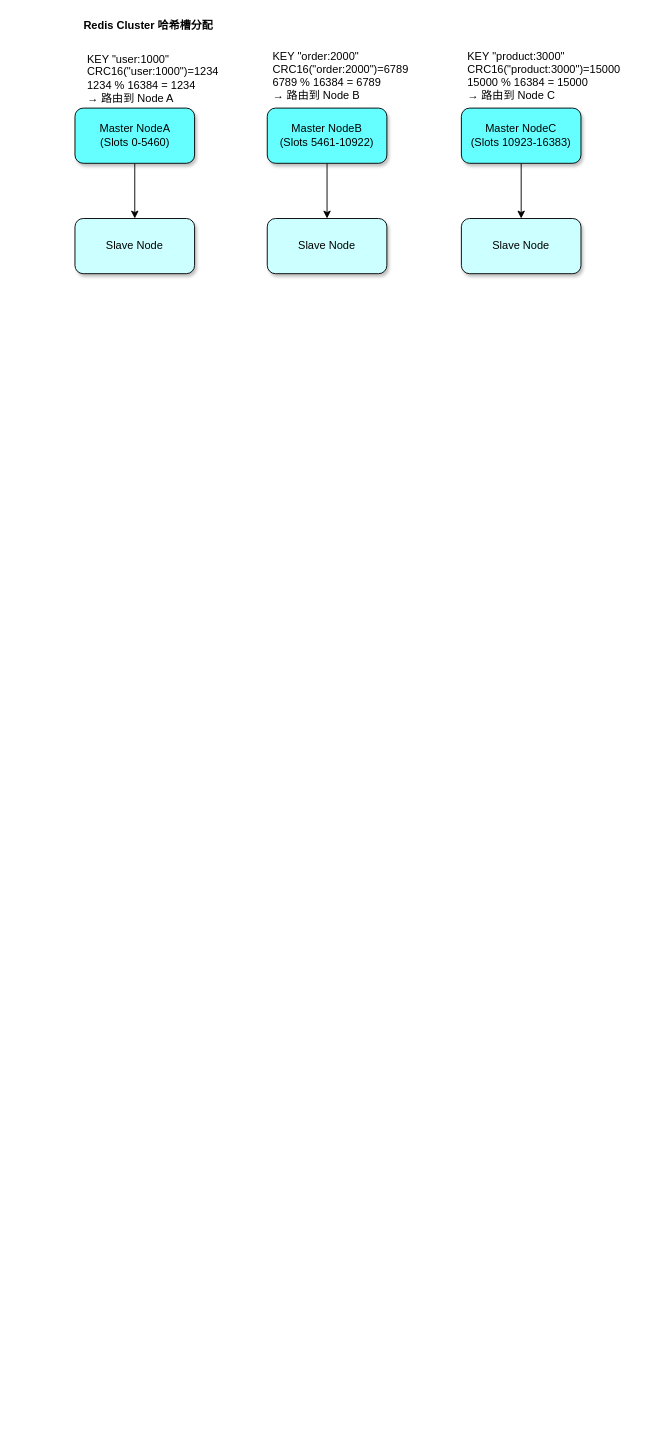
Earlier version of the draw.io diagram pocess_diagram/Redis集群模式.drawio (abigalexy/online_drawing). Source tidied: cells renumbered, new cells numbered last; positions are measured from the earlier drawing's top-left corner, leaving out a move shared by most shapes. Both pictures are drawn from the tidied source at 92%, with x=0, y=0 at pixel (75, 16).
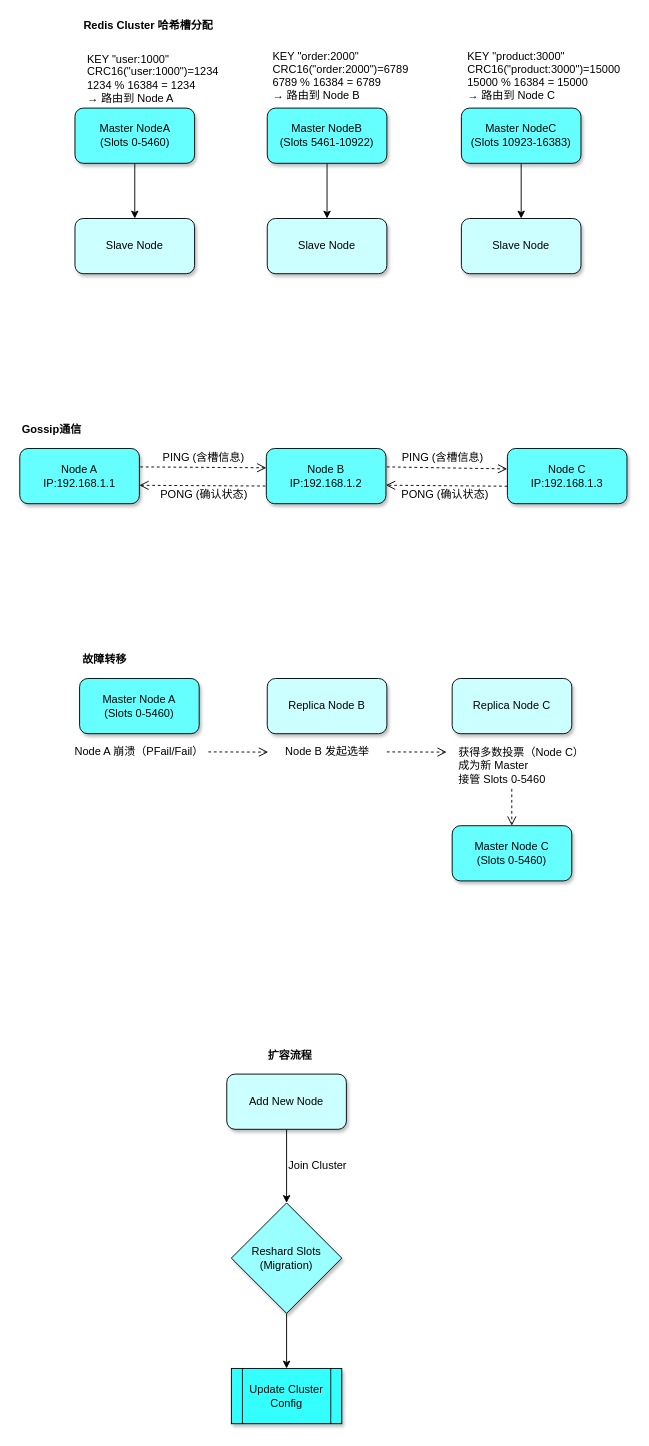
Above is the later version.

Commit message:
更新Redis集群模式.drawio

Change to the diagram source:
```diff
@@
+    <mxCell id="21" value="&lt;b&gt;Gossip通信&lt;/b&gt;" style="text;strokeColor=none;align=center;fillColor=none;html=1;verticalAlign=middle;whiteSpace=wrap;rounded=0;" parent="1" vertex="1">
+      <mxGeometry x="-60" y="440" width="70" height="20" as="geometry" />
+    </mxCell>
+    <mxCell id="22" style="group;" parent="1" vertex="1">
+      <mxGeometry x="-60" y="470" width="660" height="60" as="geometry" />
+    </mxCell>
+    <mxCell id="23" value="Node A&lt;br&gt;IP:192.168.1.1" style="rounded=1;whiteSpace=wrap;html=1;fillColor=#66FFFF;shadow=1;" parent="22" vertex="1">
+      <mxGeometry width="130" height="60" as="geometry" />
+    </mxCell>
+    <mxCell id="24" value="Node B&lt;br&gt;IP:192.168.1.2" style="rounded=1;whiteSpace=wrap;html=1;fillColor=#66FFFF;shadow=1;" parent="22" vertex="1">
+      <mxGeometry x="268" width="130" height="60" as="geometry" />
+    </mxCell>
+    <mxCell id="25" value="Node C&lt;div&gt;IP:192.168.1.3&lt;br&gt;&lt;/div&gt;" style="rounded=1;whiteSpace=wrap;html=1;fillColor=#66FFFF;shadow=1;" parent="22" vertex="1">
+      <mxGeometry x="530" width="130" height="60" as="geometry" />
+    </mxCell>
+    <mxCell id="26" style="group;" parent="22" vertex="1">
+      <mxGeometry x="130" width="138" height="60" as="geometry" />
+    </mxCell>
+    <mxCell id="27" value="PING (含槽信息)" style="text;strokeColor=none;align=center;fillColor=none;html=1;verticalAlign=middle;whiteSpace=wrap;rounded=0;" parent="26" vertex="1">
+      <mxGeometry x="20" width="100" height="20" as="geometry" />
+    </mxCell>
+    <mxCell id="28" style="html=1;verticalAlign=bottom;endArrow=open;dashed=1;endSize=8;curved=0;rounded=0;entryX=0.994;entryY=0.82;entryDx=0;entryDy=0;entryPerimeter=0;exitX=-0.014;exitY=0.834;exitDx=0;exitDy=0;exitPerimeter=0;" parent="26" edge="1">
+      <mxGeometry relative="1" as="geometry">
+        <mxPoint x="137" y="40.8" as="sourcePoint" />
+        <mxPoint y="40" as="targetPoint" />
+      </mxGeometry>
+    </mxCell>
+    <mxCell id="29" value="PONG (确认状态)" style="text;strokeColor=none;align=center;fillColor=none;html=1;verticalAlign=middle;whiteSpace=wrap;rounded=0;" parent="26" vertex="1">
+      <mxGeometry x="17.5" y="40" width="105" height="20" as="geometry" />
+    </mxCell>
+    <mxCell id="30" style="html=1;verticalAlign=bottom;endArrow=open;dashed=1;endSize=8;curved=0;rounded=0;entryX=0.994;entryY=0.82;entryDx=0;entryDy=0;entryPerimeter=0;exitX=-0.014;exitY=0.834;exitDx=0;exitDy=0;exitPerimeter=0;" parent="26" edge="1">
+      <mxGeometry relative="1" as="geometry">
+        <mxPoint x="1" y="20" as="sourcePoint" />
+        <mxPoint x="138" y="21" as="targetPoint" />
+      </mxGeometry>
+    </mxCell>
+    <mxCell id="31" style="group;" parent="22" vertex="1">
+      <mxGeometry x="399" width="131" height="60" as="geometry" />
+    </mxCell>
+    <mxCell id="32" style="html=1;verticalAlign=bottom;endArrow=open;dashed=1;endSize=8;curved=0;rounded=0;entryX=-0.001;entryY=0.37;entryDx=0;entryDy=0;entryPerimeter=0;exitX=-0.014;exitY=0.834;exitDx=0;exitDy=0;exitPerimeter=0;" parent="31" edge="1" target="25">
+      <mxGeometry relative="1" as="geometry">
+        <mxPoint y="20" as="sourcePoint" />
+      </mxGeometry>
+    </mxCell>
+    <mxCell id="33" style="html=1;verticalAlign=bottom;endArrow=open;dashed=1;endSize=8;curved=0;rounded=0;exitX=-0.014;exitY=0.834;exitDx=0;exitDy=0;exitPerimeter=0;entryX=1;entryY=0.665;entryDx=0;entryDy=0;entryPerimeter=0;" parent="31" edge="1" target="24">
+      <mxGeometry relative="1" as="geometry">
+        <mxPoint x="131" y="41" as="sourcePoint" />
+      </mxGeometry>
+    </mxCell>
+    <mxCell id="34" value="PING (含槽信息)" style="text;strokeColor=none;align=center;fillColor=none;html=1;verticalAlign=middle;whiteSpace=wrap;rounded=0;" parent="31" vertex="1">
+      <mxGeometry x="11" width="100" height="20" as="geometry" />
+    </mxCell>
+    <mxCell id="35" value="PONG (确认状态)" style="text;strokeColor=none;align=center;fillColor=none;html=1;verticalAlign=middle;whiteSpace=wrap;rounded=0;" parent="31" vertex="1">
+      <mxGeometry x="11" y="40" width="105" height="20" as="geometry" />
+    </mxCell>
+    <mxCell id="36" value="&lt;b&gt;故障转移&lt;/b&gt;" style="text;strokeColor=none;align=center;fillColor=none;html=1;verticalAlign=middle;whiteSpace=wrap;rounded=0;" parent="1" vertex="1">
+      <mxGeometry x="5" y="690" width="55" height="20" as="geometry" />
+    </mxCell>
+    <mxCell id="37" style="group;" parent="1" vertex="1">
+      <mxGeometry x="-5" y="720" width="560" height="220" as="geometry" />
+    </mxCell>
+    <mxCell id="38" value="Master Node A&lt;br&gt;(Slots 0-5460)" style="rounded=1;whiteSpace=wrap;html=1;fillColor=#66FFFF;shadow=1;" parent="37" vertex="1">
+      <mxGeometry x="10" width="130" height="60" as="geometry" />
+    </mxCell>
+    <mxCell id="39" value="Replica Node B" style="rounded=1;whiteSpace=wrap;html=1;fillColor=#CCFFFF;shadow=1;" parent="37" vertex="1">
+      <mxGeometry x="214" width="130" height="60" as="geometry" />
+    </mxCell>
+    <mxCell id="40" value="Replica Node C" style="rounded=1;whiteSpace=wrap;html=1;fillColor=#CCFFFF;shadow=1;" parent="37" vertex="1">
+      <mxGeometry x="415" width="130" height="60" as="geometry" />
+    </mxCell>
+    <mxCell id="41" value="Node A 崩溃（PFail/Fail）" style="text;strokeColor=none;align=center;fillColor=none;html=1;verticalAlign=middle;whiteSpace=wrap;rounded=0;" parent="37" vertex="1">
+      <mxGeometry y="70" width="150" height="20" as="geometry" />
+    </mxCell>
+    <mxCell id="42" value="Node B 发起选举" style="text;strokeColor=none;align=center;fillColor=none;html=1;verticalAlign=middle;whiteSpace=wrap;rounded=0;" parent="37" vertex="1">
+      <mxGeometry x="228.5" y="70" width="101" height="20" as="geometry" />
+    </mxCell>
+    <mxCell id="43" value="获得多数投票（Node C）&lt;br&gt;&lt;div&gt;成为新 Master&lt;/div&gt;&lt;div&gt;接管 Slots 0-5460&lt;/div&gt;" style="text;strokeColor=none;align=left;fillColor=none;html=1;verticalAlign=middle;whiteSpace=wrap;rounded=0;" parent="37" vertex="1">
+      <mxGeometry x="420" y="70" width="140" height="50" as="geometry" />
+    </mxCell>
+    <mxCell id="44" value="Master Node C&lt;br&gt;(Slots 0-5460)" style="rounded=1;whiteSpace=wrap;html=1;fillColor=#66FFFF;shadow=1;" parent="37" vertex="1">
+      <mxGeometry x="415" y="160" width="130" height="60" as="geometry" />
+    </mxCell>
+    <mxCell id="45" style="html=1;verticalAlign=bottom;endArrow=open;dashed=1;endSize=8;curved=0;rounded=0;" parent="37" edge="1">
+      <mxGeometry relative="1" as="geometry">
+        <mxPoint x="150" y="79.8" as="sourcePoint" />
+        <mxPoint x="215" y="80" as="targetPoint" />
+      </mxGeometry>
+    </mxCell>
+    <mxCell id="46" style="html=1;verticalAlign=bottom;endArrow=open;dashed=1;endSize=8;curved=0;rounded=0;" parent="37" edge="1">
+      <mxGeometry relative="1" as="geometry">
+        <mxPoint x="344" y="79.8" as="sourcePoint" />
+        <mxPoint x="409" y="80" as="targetPoint" />
+      </mxGeometry>
+    </mxCell>
+    <mxCell id="47" style="html=1;verticalAlign=bottom;endArrow=open;dashed=1;endSize=8;curved=0;rounded=0;" parent="37" edge="1">
+      <mxGeometry relative="1" as="geometry">
+        <mxPoint x="479.8" y="120" as="sourcePoint" />
+        <mxPoint x="479.8" y="160" as="targetPoint" />
+      </mxGeometry>
+    </mxCell>
+    <mxCell id="48" style="group;" parent="1" vertex="1">
+      <mxGeometry x="165" y="1150" width="134" height="380" as="geometry" />
+    </mxCell>
+    <mxCell id="49" style="edgeStyle=orthogonalEdgeStyle;rounded=0;jettySize=auto;html=1;exitX=0.5;exitY=1;exitDx=0;exitDy=0;entryX=0.5;entryY=0;entryDx=0;entryDy=0;" parent="48" edge="1" source="50" target="52">
+      <mxGeometry relative="1" as="geometry" />
+    </mxCell>
+    <mxCell id="50" value="Add New Node" style="rounded=1;whiteSpace=wrap;html=1;fillColor=#CCFFFF;shadow=1;" parent="48" vertex="1">
+      <mxGeometry width="130" height="60" as="geometry" />
+    </mxCell>
+    <mxCell id="51" style="edgeStyle=orthogonalEdgeStyle;rounded=0;jettySize=auto;html=1;exitX=0.5;exitY=1;exitDx=0;exitDy=0;entryX=0.5;entryY=0;entryDx=0;entryDy=0;" parent="48" edge="1" source="52" target="53">
+      <mxGeometry relative="1" as="geometry" />
+    </mxCell>
+    <mxCell id="52" value="Reshard Slots (Migration)" style="rhombus;whiteSpace=wrap;html=1;fillColor=#99FFFF;shadow=1;" parent="48" vertex="1">
+      <mxGeometry x="5" y="140" width="120" height="120" as="geometry" />
+    </mxCell>
+    <mxCell id="53" value="Update Cluster Config" style="shape=process;whiteSpace=wrap;html=1;backgroundOutline=1;fillColor=#33FFFF;shadow=1;" parent="48" vertex="1">
+      <mxGeometry x="5" y="320" width="120" height="60" as="geometry" />
+    </mxCell>
+    <mxCell id="54" value="Join Cluster" style="text;strokeColor=none;align=center;fillColor=none;html=1;verticalAlign=middle;whiteSpace=wrap;rounded=0;" parent="48" vertex="1">
+      <mxGeometry x="64" y="90" width="70" height="20" as="geometry" />
+    </mxCell>
+    <mxCell id="55" value="&lt;b&gt;扩容流程&lt;/b&gt;" style="text;strokeColor=none;align=center;fillColor=none;html=1;verticalAlign=middle;whiteSpace=wrap;rounded=0;" parent="1" vertex="1">
+      <mxGeometry x="209" y="1120" width="50" height="20" as="geometry" />
+    </mxCell>
```
